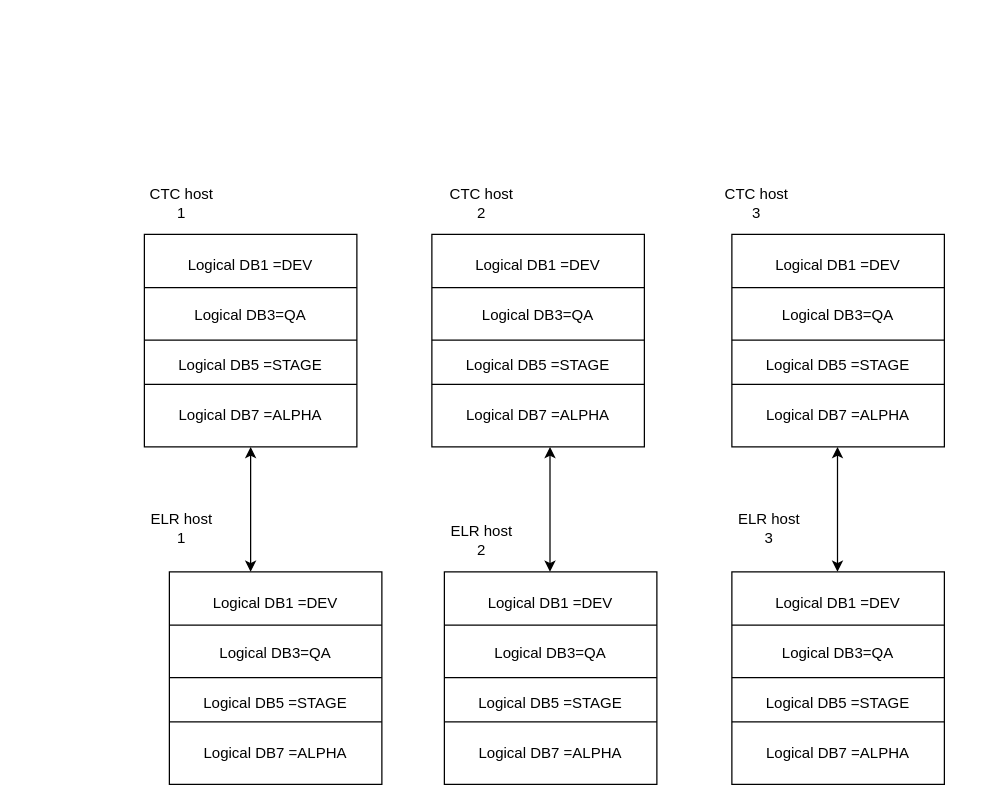
The draw.io diagram Redis Cache Layout.drawio in anshuldevmehta/RandomDiagrams, before the edit. Source tidied: cells renumbered, new cells numbered last; positions are measured from the earlier drawing's top-left corner, leaving out a move shared by most shapes. Both pictures are drawn from the tidied source at 125%, with x=0, y=0 at pixel (144, 184).
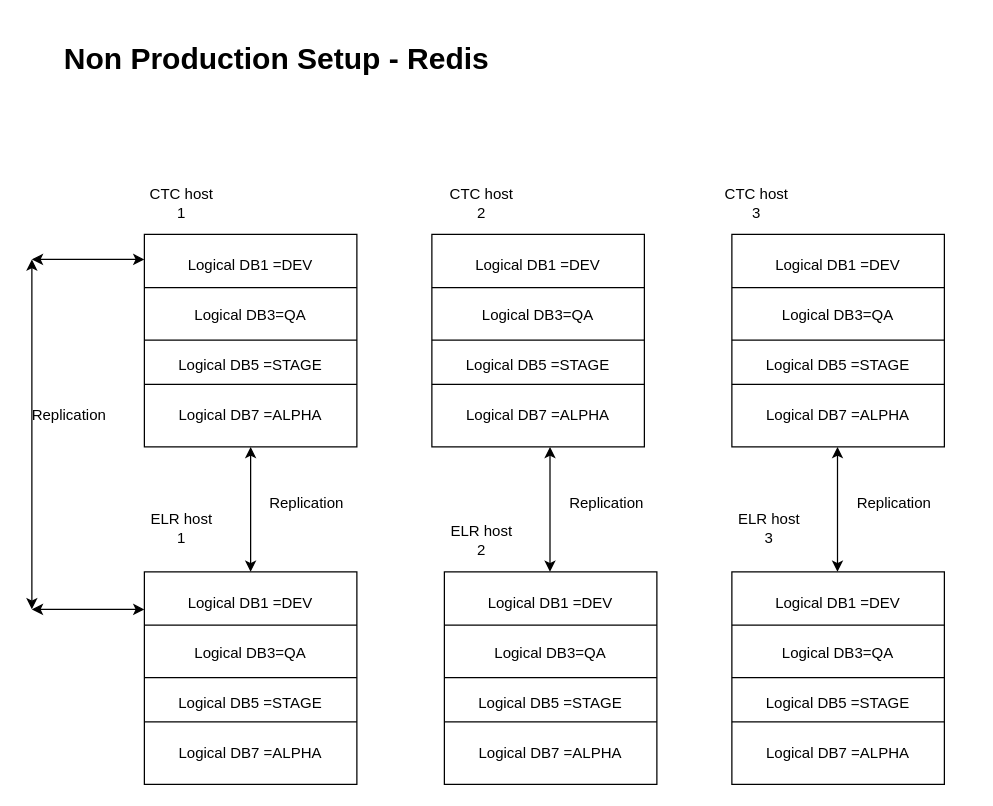
The same page after the edit.

Diff of the diagram source:
```diff
@@
     <mxCell id="38" style="group;" parent="1" vertex="1">
-      <mxGeometry x="20" y="310" width="170" height="170" as="geometry" />
+      <mxGeometry y="310" width="170" height="170" as="geometry" />
     </mxCell>
@@
+    <mxCell id="65" style="endArrow=classic;startArrow=classic;html=1;rounded=0;" parent="1" edge="1">
+      <mxGeometry relative="1" as="geometry">
+        <mxPoint x="-90" y="60" as="sourcePoint" />
+        <mxPoint y="60" as="targetPoint" />
+      </mxGeometry>
+    </mxCell>
+    <mxCell id="66" style="endArrow=classic;startArrow=classic;html=1;rounded=0;" parent="1" edge="1">
+      <mxGeometry relative="1" as="geometry">
+        <mxPoint x="-90" y="60" as="sourcePoint" />
+        <mxPoint x="-90" y="340" as="targetPoint" />
+      </mxGeometry>
+    </mxCell>
+    <mxCell id="67" style="endArrow=classic;startArrow=classic;html=1;rounded=0;" parent="1" edge="1">
+      <mxGeometry relative="1" as="geometry">
+        <mxPoint x="-90" y="340" as="sourcePoint" />
+        <mxPoint y="340" as="targetPoint" />
+      </mxGeometry>
+    </mxCell>
+    <mxCell id="68" value="Replication" style="text;html=1;strokeColor=none;fillColor=none;align=center;verticalAlign=middle;whiteSpace=wrap;rounded=0;" parent="1" vertex="1">
+      <mxGeometry x="100" y="240" width="60" height="30" as="geometry" />
+    </mxCell>
+    <mxCell id="69" value="Replication" style="text;html=1;strokeColor=none;fillColor=none;align=center;verticalAlign=middle;whiteSpace=wrap;rounded=0;" parent="1" vertex="1">
+      <mxGeometry x="-90" y="170" width="60" height="30" as="geometry" />
+    </mxCell>
+    <mxCell id="70" value="Replication" style="text;html=1;strokeColor=none;fillColor=none;align=center;verticalAlign=middle;whiteSpace=wrap;rounded=0;" parent="1" vertex="1">
+      <mxGeometry x="340" y="240" width="60" height="30" as="geometry" />
+    </mxCell>
+    <mxCell id="71" value="Replication" style="text;html=1;strokeColor=none;fillColor=none;align=center;verticalAlign=middle;whiteSpace=wrap;rounded=0;" parent="1" vertex="1">
+      <mxGeometry x="570" y="240" width="60" height="30" as="geometry" />
+    </mxCell>
+    <mxCell id="72" value="&lt;h1&gt;Non Production Setup - Redis&lt;br&gt;&lt;/h1&gt;" style="text;html=1;strokeColor=none;fillColor=none;spacing=5;spacingTop=-20;whiteSpace=wrap;overflow=hidden;rounded=0;" parent="1" vertex="1">
+      <mxGeometry x="-69" y="-120" width="730" height="40" as="geometry" />
+    </mxCell>
```
